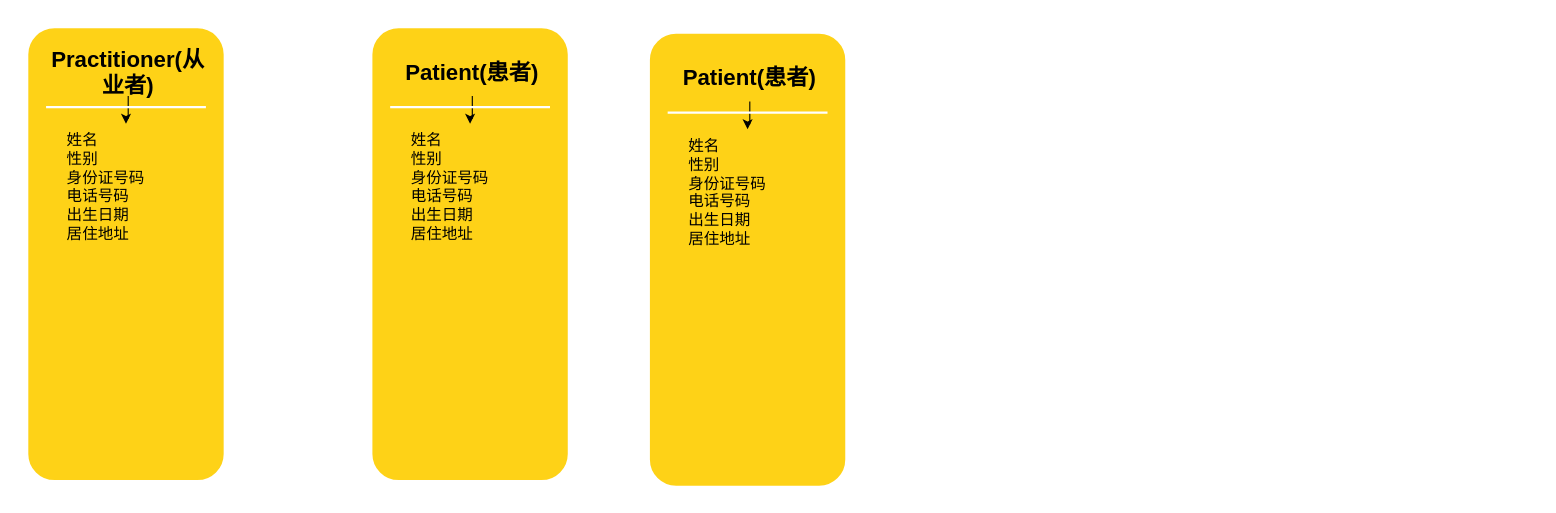
The draw.io diagram 新都医共体核心数据集.drawio in gingili/diagram, before the edit. Source tidied: cells renumbered, new cells numbered last; positions are measured from the earlier drawing's top-left corner, leaving out a move shared by most shapes. Both pictures are drawn from the tidied source at 111%, with x=0, y=0 at pixel (23, 23).
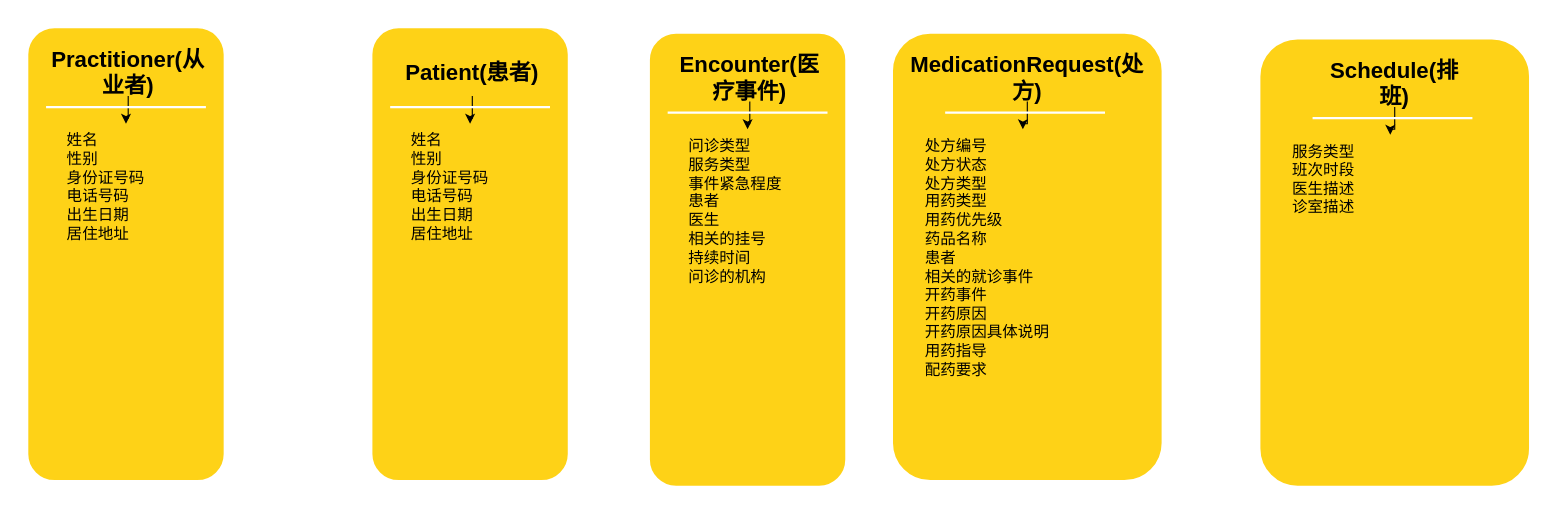
The same diagram, later.

Diff of the diagram source:
```diff
@@
-    <mxCell id="14" value="Patient(患者)" style="text;html=1;strokeColor=none;fillColor=none;align=center;verticalAlign=middle;whiteSpace=wrap;rounded=0;shadow=0;fontSize=20;fontColor=#000000;fontStyle=1;" parent="1" vertex="1">
+    <mxCell id="14" value="Encounter(医疗事件)" style="text;html=1;strokeColor=none;fillColor=none;align=center;verticalAlign=middle;whiteSpace=wrap;rounded=0;shadow=0;fontSize=20;fontColor=#000000;fontStyle=1;" parent="1" vertex="1">
       <mxGeometry x="584" y="25" width="140" height="45" as="geometry" />
     </mxCell>
-    <mxCell id="15" value="姓名&lt;br&gt;性别&lt;br&gt;身份证号码&lt;br&gt;电话号码&lt;br&gt;出生日期&lt;br&gt;居住地址" style="text;html=1;strokeColor=none;fillColor=none;align=left;verticalAlign=top;whiteSpace=wrap;rounded=0;shadow=0;fontSize=14;fontColor=#000000;" parent="1" vertex="1">
+    <mxCell id="15" value="问诊类型&lt;br&gt;服务类型&lt;br&gt;事件紧急程度&lt;br&gt;患者&lt;br&gt;医生&lt;br&gt;相关的挂号&lt;br&gt;持续时间&lt;br&gt;问诊的机构" style="text;html=1;strokeColor=none;fillColor=none;align=left;verticalAlign=top;whiteSpace=wrap;rounded=0;shadow=0;fontSize=14;fontColor=#000000;" parent="1" vertex="1">
       <mxGeometry x="597" y="95" width="110" height="300" as="geometry" />
     </mxCell>
@@
+    <mxCell id="17" style="whiteSpace=wrap;html=1;rounded=1;shadow=0;strokeWidth=8;fontSize=20;align=center;fillColor=#FED217;strokeColor=#FFFFFF;" parent="1" vertex="1">
+      <mxGeometry x="779" y="5" width="250" height="410" as="geometry" />
+    </mxCell>
+    <mxCell id="18" style="edgeStyle=orthogonalEdgeStyle;rounded=0;jettySize=auto;html=1;" parent="1" edge="1" source="19" target="20">
+      <mxGeometry relative="1" as="geometry" />
+    </mxCell>
+    <mxCell id="19" value="MedicationRequest(处方)" style="text;html=1;strokeColor=none;fillColor=none;align=center;verticalAlign=middle;whiteSpace=wrap;rounded=0;shadow=0;fontSize=20;fontColor=#000000;fontStyle=1;" parent="1" vertex="1">
+      <mxGeometry x="834" y="25" width="140" height="45" as="geometry" />
+    </mxCell>
+    <mxCell id="20" value="处方编号&lt;br&gt;处方状态&lt;br&gt;处方类型&lt;br&gt;用药类型&lt;br&gt;用药优先级&lt;br&gt;药品名称&lt;br&gt;患者&lt;br&gt;相关的就诊事件&lt;br&gt;开药事件&lt;br&gt;开药原因&lt;br&gt;开药原因具体说明&lt;br&gt;用药指导&lt;br&gt;配药要求" style="text;html=1;strokeColor=none;fillColor=none;align=left;verticalAlign=top;whiteSpace=wrap;rounded=0;shadow=0;fontSize=14;fontColor=#000000;" parent="1" vertex="1">
+      <mxGeometry x="810" y="95" width="180" height="300" as="geometry" />
+    </mxCell>
+    <mxCell id="21" style="line;strokeWidth=2;html=1;rounded=0;shadow=0;fontSize=27;align=center;fillColor=none;strokeColor=#FFFFFF;" parent="1" vertex="1">
+      <mxGeometry x="830" y="75" width="144" height="10" as="geometry" />
+    </mxCell>
+    <mxCell id="22" style="whiteSpace=wrap;html=1;rounded=1;shadow=0;strokeWidth=8;fontSize=20;align=center;fillColor=#FED217;strokeColor=#FFFFFF;" parent="1" vertex="1">
+      <mxGeometry x="1110" y="10" width="250" height="410" as="geometry" />
+    </mxCell>
+    <mxCell id="23" style="edgeStyle=orthogonalEdgeStyle;rounded=0;jettySize=auto;html=1;" parent="1" edge="1" source="24" target="25">
+      <mxGeometry relative="1" as="geometry" />
+    </mxCell>
+    <mxCell id="24" value="Schedule(排班)" style="text;html=1;strokeColor=none;fillColor=none;align=center;verticalAlign=middle;whiteSpace=wrap;rounded=0;shadow=0;fontSize=20;fontColor=#000000;fontStyle=1;" parent="1" vertex="1">
+      <mxGeometry x="1165" y="30" width="140" height="45" as="geometry" />
+    </mxCell>
+    <mxCell id="25" value="服务类型&lt;br&gt;班次时段&lt;br&gt;医生描述&lt;br&gt;诊室描述" style="text;html=1;strokeColor=none;fillColor=none;align=left;verticalAlign=top;whiteSpace=wrap;rounded=0;shadow=0;fontSize=14;fontColor=#000000;" parent="1" vertex="1">
+      <mxGeometry x="1141" y="100" width="180" height="300" as="geometry" />
+    </mxCell>
+    <mxCell id="26" style="line;strokeWidth=2;html=1;rounded=0;shadow=0;fontSize=27;align=center;fillColor=none;strokeColor=#FFFFFF;" parent="1" vertex="1">
+      <mxGeometry x="1161" y="80" width="144" height="10" as="geometry" />
+    </mxCell>
```
